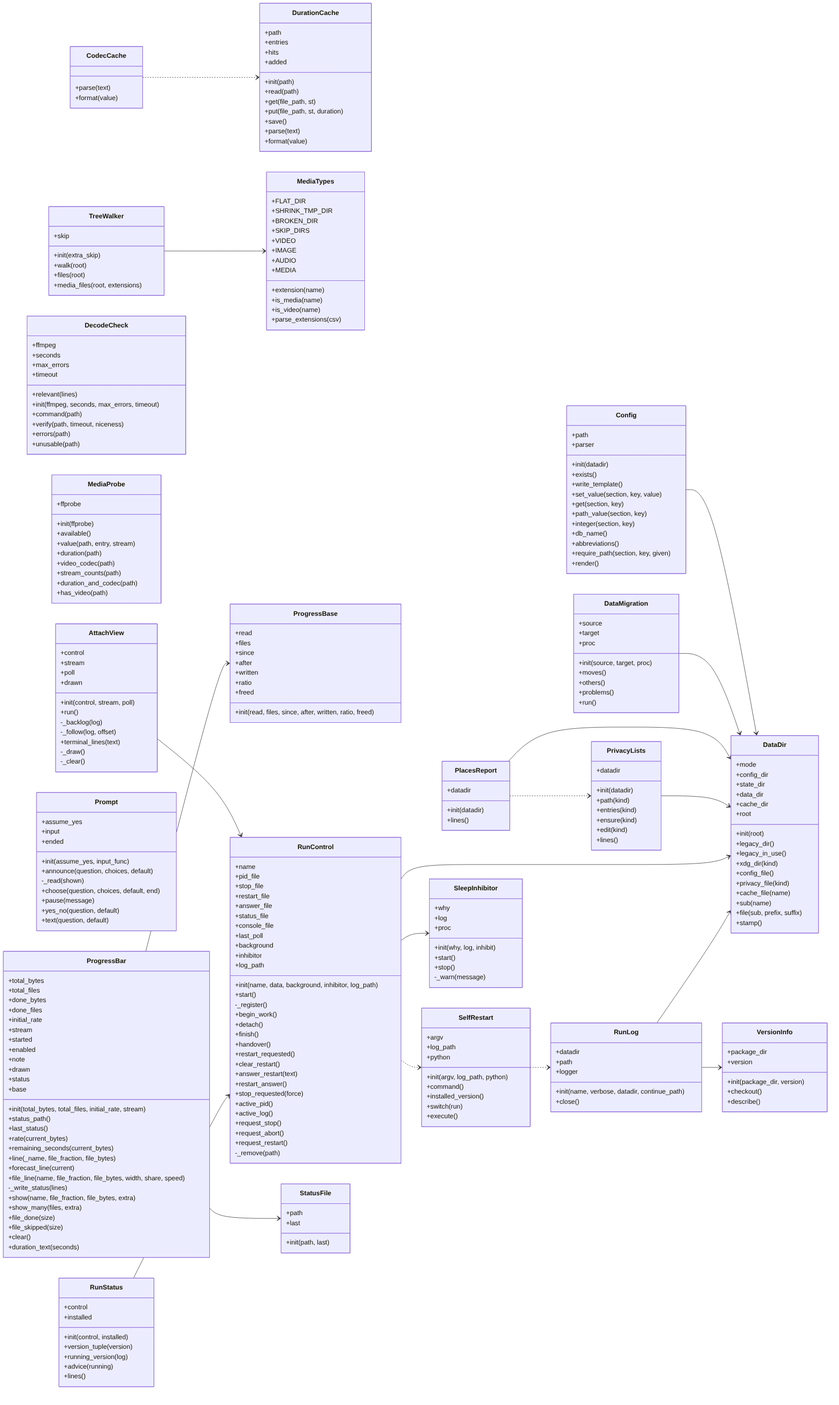
Above: docs/img/uml_core.png in peddanet/mediatools (Mermaid), before the change. Its source is kept beside it as docs/img/uml_core.mmd.
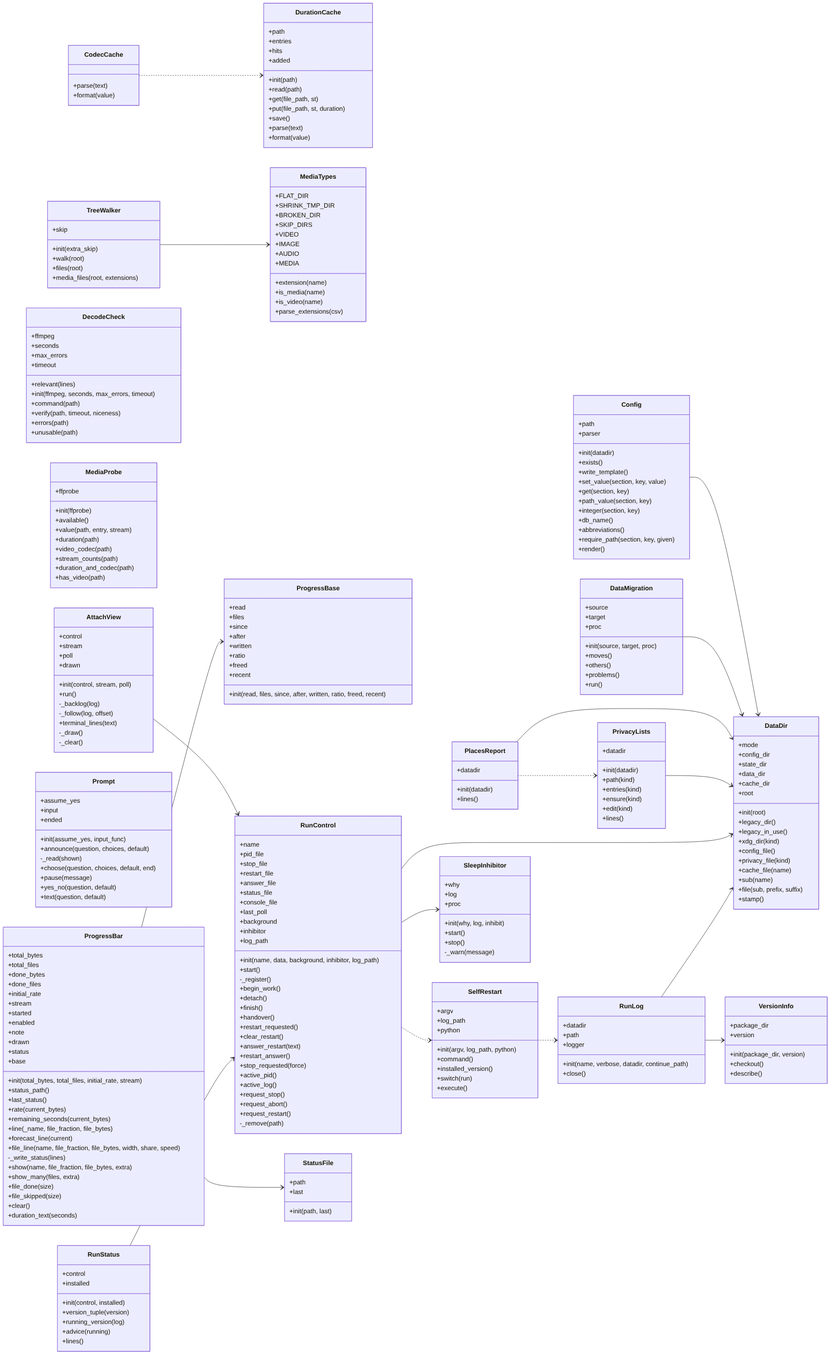
The same diagram one commit later.

Commit message:
Docs: API reference, class diagrams and PDFs for the recent speed

Change to the diagram source:
```diff
@@ -161,7 +161,8 @@
     +written
     +ratio
     +freed
-    +init(read, files, since, after, written, ratio, freed)
+    +recent
+    +init(read, files, since, after, written, ratio, freed, recent)
   }
   class Prompt {
     +assume_yes
```
